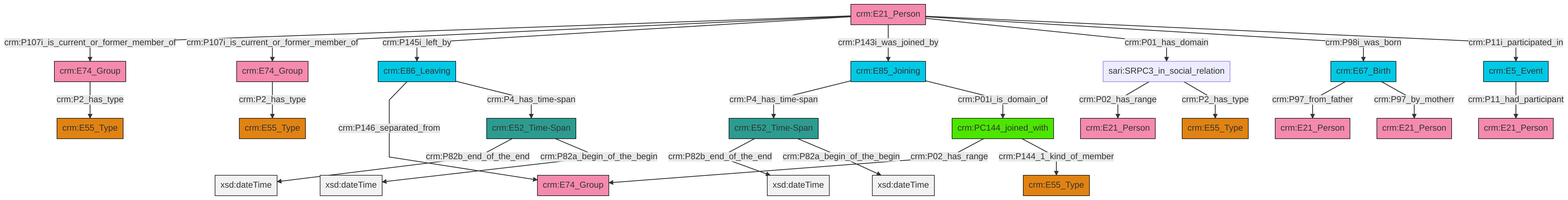
This is et/personCSV/ttl/mmd/png/Person_Actor_Relations.png from swiss-art-research-net/docs.swissartresearch, a Mermaid export, as it was before one commit. Its source is kept beside it as et/personCSV/ttl/mmd/Person_Actor_Relations.ttl.mmd.
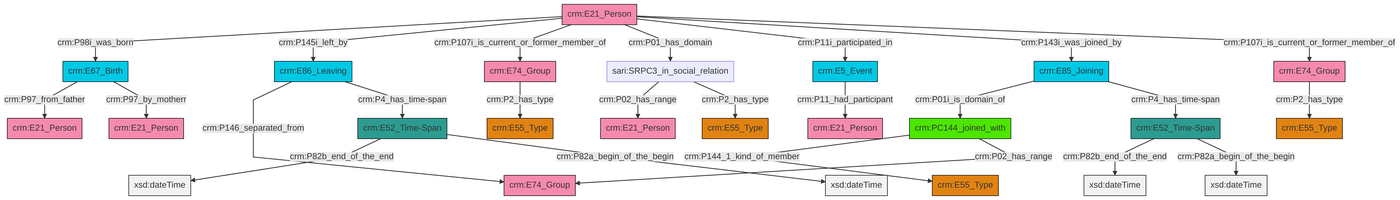
Above is the later version.

Change to the diagram source:
```diff
@@ -13,27 +13,27 @@
 classDef PC_Classes fill:#4ce600, stroke:#000000;
 classDef Multi fill:#cccccc,stroke:#000000;
 
-0["sari:SRPC3_in_social_relation"]:::Default -->|crm:P02_has_range| 1["crm:E21_Person"]:::Actor
-3["crm:E21_Person"]:::Actor -->|crm:P107i_is_current_or_former_member_of| 4["crm:E74_Group"]:::Actor
-7["crm:E67_Birth"]:::Temporal_Entity -->|crm:P97_from_father| 8["crm:E21_Person"]:::Actor
-9["crm:E52_Time-Span"]:::Time-Span -->|crm:P82b_end_of_the_end| 10[xsd:dateTime]:::Literal
-11["crm:E85_Joining"]:::Temporal_Entity -->|crm:P4_has_time-span| 9["crm:E52_Time-Span"]:::Time-Span
-11["crm:E85_Joining"]:::Temporal_Entity -->|crm:P01i_is_domain_of| 12["crm:PC144_joined_with"]:::PC_Classes
-3["crm:E21_Person"]:::Actor -->|crm:P107i_is_current_or_former_member_of| 13["crm:E74_Group"]:::Actor
-3["crm:E21_Person"]:::Actor -->|crm:P145i_left_by| 14["crm:E86_Leaving"]:::Temporal_Entity
-12["crm:PC144_joined_with"]:::PC_Classes -->|crm:P02_has_range| 18["crm:E74_Group"]:::Actor
-21["crm:E52_Time-Span"]:::Time-Span -->|crm:P82b_end_of_the_end| 22[xsd:dateTime]:::Literal
-21["crm:E52_Time-Span"]:::Time-Span -->|crm:P82a_begin_of_the_begin| 24[xsd:dateTime]:::Literal
-9["crm:E52_Time-Span"]:::Time-Span -->|crm:P82a_begin_of_the_begin| 30[xsd:dateTime]:::Literal
-12["crm:PC144_joined_with"]:::PC_Classes -->|crm:P144_1_kind_of_member| 5["crm:E55_Type"]:::Type
-7["crm:E67_Birth"]:::Temporal_Entity -->|crm:P97_by_motherr| 31["crm:E21_Person"]:::Actor
-3["crm:E21_Person"]:::Actor -->|crm:P143i_was_joined_by| 11["crm:E85_Joining"]:::Temporal_Entity
-0["sari:SRPC3_in_social_relation"]:::Default -->|crm:P2_has_type| 36["crm:E55_Type"]:::Type
-3["crm:E21_Person"]:::Actor -->|crm:P01_has_domain| 0["sari:SRPC3_in_social_relation"]:::Default
-14["crm:E86_Leaving"]:::Temporal_Entity -->|crm:P146_separated_from| 18["crm:E74_Group"]:::Actor
-14["crm:E86_Leaving"]:::Temporal_Entity -->|crm:P4_has_time-span| 21["crm:E52_Time-Span"]:::Time-Span
-19["crm:E5_Event"]:::Temporal_Entity -->|crm:P11_had_participant| 40["crm:E21_Person"]:::Actor
-3["crm:E21_Person"]:::Actor -->|crm:P98i_was_born| 7["crm:E67_Birth"]:::Temporal_Entity
-13["crm:E74_Group"]:::Actor -->|crm:P2_has_type| 16["crm:E55_Type"]:::Type
-3["crm:E21_Person"]:::Actor -->|crm:P11i_participated_in| 19["crm:E5_Event"]:::Temporal_Entity
-4["crm:E74_Group"]:::Actor -->|crm:P2_has_type| 27["crm:E55_Type"]:::Type
+0["crm:E52_Time-Span"]:::Time-Span -->|crm:P82b_end_of_the_end| 1[xsd:dateTime]:::Literal
+4["crm:E67_Birth"]:::Temporal_Entity -->|crm:P97_from_father| 5["crm:E21_Person"]:::Actor
+8["crm:E5_Event"]:::Temporal_Entity -->|crm:P11_had_participant| 6["crm:E21_Person"]:::Actor
+12["crm:E86_Leaving"]:::Temporal_Entity -->|crm:P146_separated_from| 13["crm:E74_Group"]:::Actor
+16["crm:E21_Person"]:::Actor -->|crm:P98i_was_born| 4["crm:E67_Birth"]:::Temporal_Entity
+16["crm:E21_Person"]:::Actor -->|crm:P145i_left_by| 12["crm:E86_Leaving"]:::Temporal_Entity
+16["crm:E21_Person"]:::Actor -->|crm:P107i_is_current_or_former_member_of| 9["crm:E74_Group"]:::Actor
+0["crm:E52_Time-Span"]:::Time-Span -->|crm:P82a_begin_of_the_begin| 26[xsd:dateTime]:::Literal
+9["crm:E74_Group"]:::Actor -->|crm:P2_has_type| 2["crm:E55_Type"]:::Type
+17["crm:E74_Group"]:::Actor -->|crm:P2_has_type| 19["crm:E55_Type"]:::Type
+16["crm:E21_Person"]:::Actor -->|crm:P01_has_domain| 27["sari:SRPC3_in_social_relation"]:::Default
+31["crm:PC144_joined_with"]:::PC_Classes -->|crm:P144_1_kind_of_member| 22["crm:E55_Type"]:::Type
+27["sari:SRPC3_in_social_relation"]:::Default -->|crm:P02_has_range| 14["crm:E21_Person"]:::Actor
+34["crm:E52_Time-Span"]:::Time-Span -->|crm:P82b_end_of_the_end| 35[xsd:dateTime]:::Literal
+32["crm:E85_Joining"]:::Temporal_Entity -->|crm:P01i_is_domain_of| 31["crm:PC144_joined_with"]:::PC_Classes
+31["crm:PC144_joined_with"]:::PC_Classes -->|crm:P02_has_range| 13["crm:E74_Group"]:::Actor
+27["sari:SRPC3_in_social_relation"]:::Default -->|crm:P2_has_type| 24["crm:E55_Type"]:::Type
+34["crm:E52_Time-Span"]:::Time-Span -->|crm:P82a_begin_of_the_begin| 38[xsd:dateTime]:::Literal
+32["crm:E85_Joining"]:::Temporal_Entity -->|crm:P4_has_time-span| 34["crm:E52_Time-Span"]:::Time-Span
+16["crm:E21_Person"]:::Actor -->|crm:P11i_participated_in| 8["crm:E5_Event"]:::Temporal_Entity
+16["crm:E21_Person"]:::Actor -->|crm:P143i_was_joined_by| 32["crm:E85_Joining"]:::Temporal_Entity
+12["crm:E86_Leaving"]:::Temporal_Entity -->|crm:P4_has_time-span| 0["crm:E52_Time-Span"]:::Time-Span
+4["crm:E67_Birth"]:::Temporal_Entity -->|crm:P97_by_motherr| 29["crm:E21_Person"]:::Actor
+16["crm:E21_Person"]:::Actor -->|crm:P107i_is_current_or_former_member_of| 17["crm:E74_Group"]:::Actor
```
